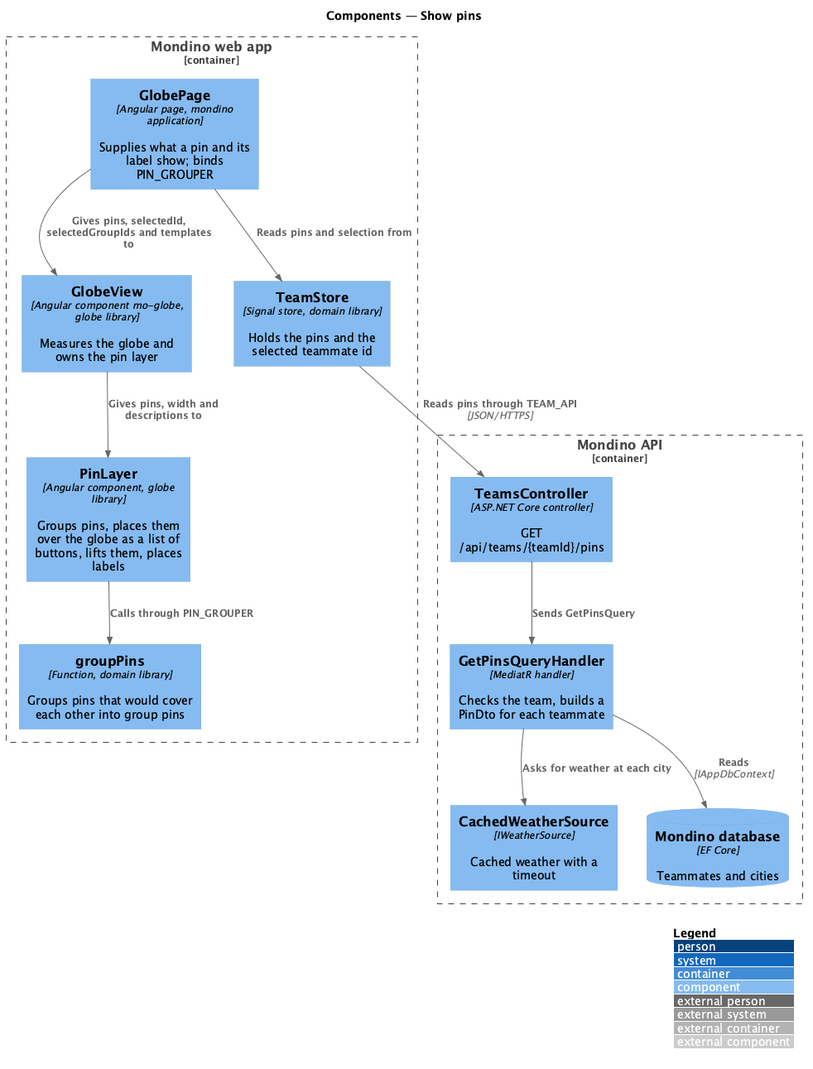
The PlantUML diagram docs/detailed-designs/globe/show-pins/diagrams/c4-component.png in QuinntyneBrown/Mondino, before a commit.
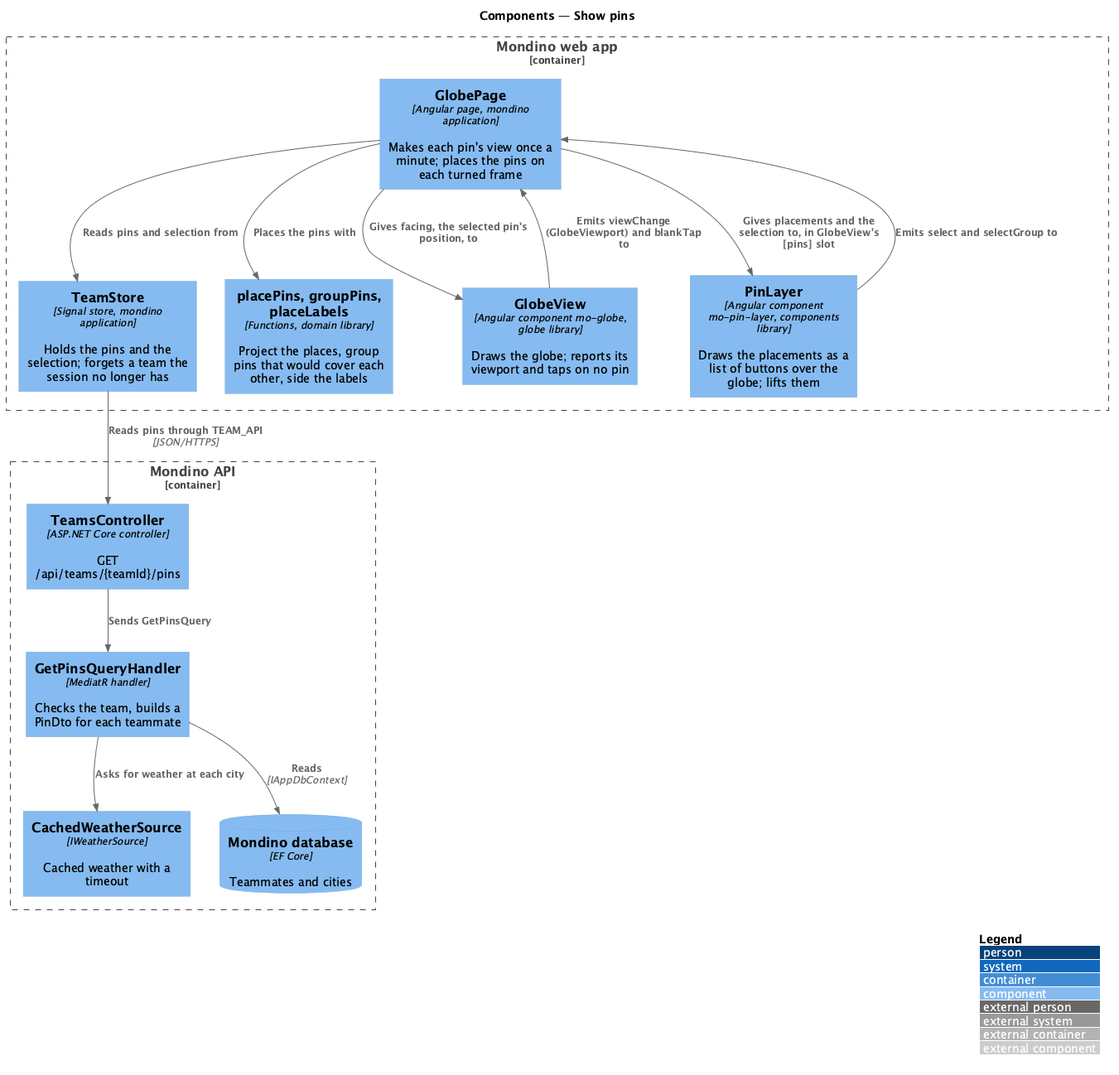
The same diagram one commit later.

Change to the diagram source:
```diff
@@ -4,11 +4,11 @@
 title Components — Show pins
 
 Container_Boundary(spa, "Mondino web app") {
-  Component(page, "GlobePage", "Angular page, mondino application", "Supplies what a pin and its label show; binds PIN_GROUPER")
-  Component(store, "TeamStore", "Signal store, domain library", "Holds the pins and the selected teammate id")
-  Component(grouper, "groupPins", "Function, domain library", "Groups pins that would cover each other into group pins")
-  Component(view, "GlobeView", "Angular component mo-globe, globe library", "Measures the globe and owns the pin layer")
-  Component(layer, "PinLayer", "Angular component, globe library", "Groups pins, places them over the globe as a list of buttons, lifts them, places labels")
+  Component(page, "GlobePage", "Angular page, mondino application", "Makes each pin's view once a minute; places the pins on each turned frame")
+  Component(store, "TeamStore", "Signal store, mondino application", "Holds the pins and the selection; forgets a team the session no longer has")
+  Component(placer, "placePins, groupPins, placeLabels", "Functions, domain library", "Project the places, group pins that would cover each other, side the labels")
+  Component(view, "GlobeView", "Angular component mo-globe, globe library", "Draws the globe; reports its viewport and taps on no pin")
+  Component(layer, "PinLayer", "Angular component mo-pin-layer, components library", "Draws the placements as a list of buttons over the globe; lifts them")
 }
 Container_Boundary(api, "Mondino API") {
   Component(ctrl, "TeamsController", "ASP.NET Core controller", "GET /api/teams/{teamId}/pins")
@@ -18,9 +18,11 @@
 }
 Rel(page, store, "Reads pins and selection from")
 Rel(store, ctrl, "Reads pins through TEAM_API", "JSON/HTTPS")
-Rel(page, view, "Gives pins, selectedId, selectedGroupIds and templates to")
-Rel(view, layer, "Gives pins, width and descriptions to")
-Rel(layer, grouper, "Calls through PIN_GROUPER")
+Rel(view, page, "Emits viewChange (GlobeViewport) and blankTap to")
+Rel(page, placer, "Places the pins with")
+Rel(page, layer, "Gives placements and the selection to, in GlobeView's [pins] slot")
+Rel(layer, page, "Emits select and selectGroup to")
+Rel(page, view, "Gives facing, the selected pin's position, to")
 Rel(ctrl, handler, "Sends GetPinsQuery")
 Rel(handler, db, "Reads", "IAppDbContext")
 Rel(handler, weather, "Asks for weather at each city")
```
